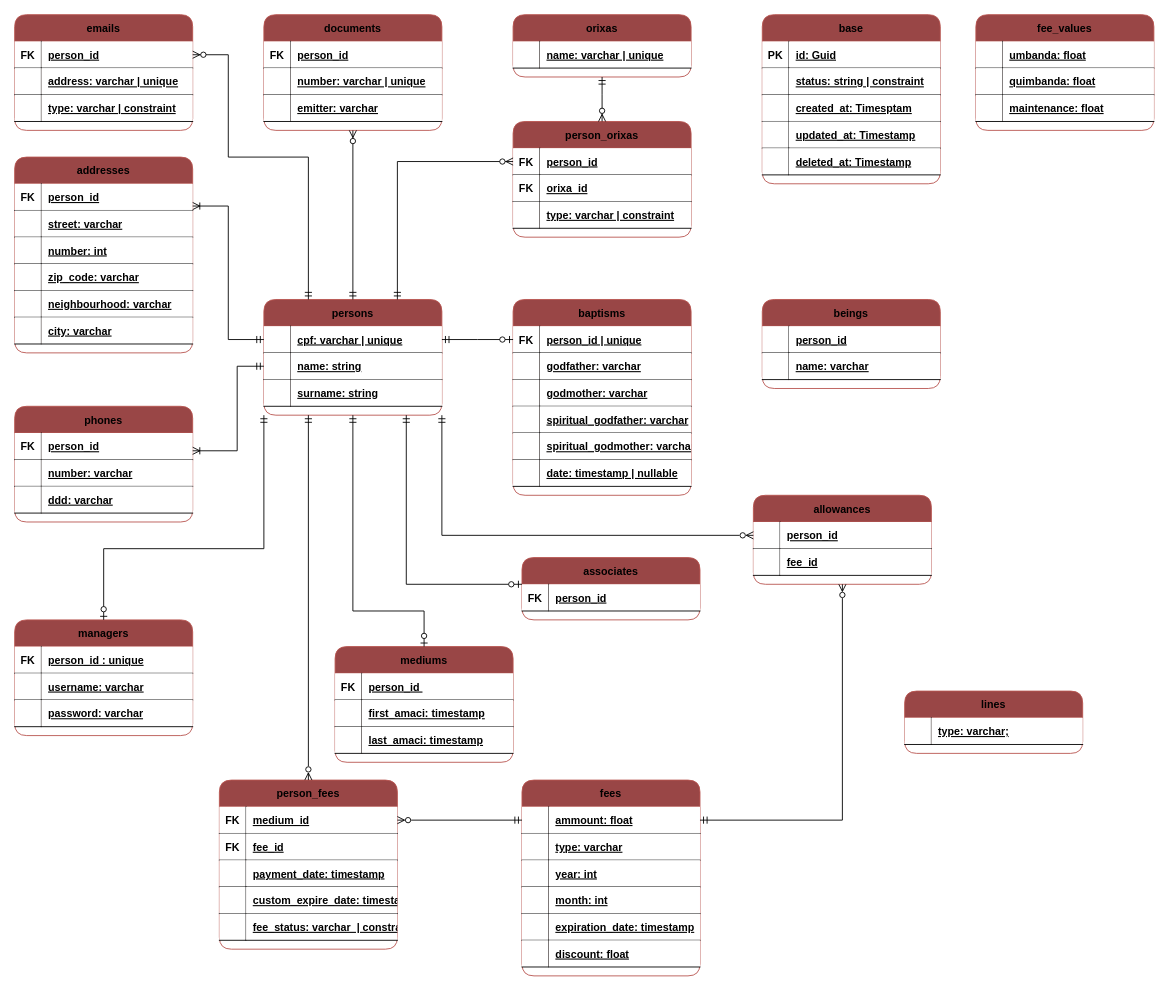
The draw.io diagram Database.drawio in hbenvenutti/Lira, before the edit. Source tidied: cells renumbered, new cells numbered last; positions are measured from the earlier drawing's top-left corner, leaving out a move shared by most shapes. Both pictures are drawn from the tidied source at 89%, with x=0, y=0 at pixel (14, 14).
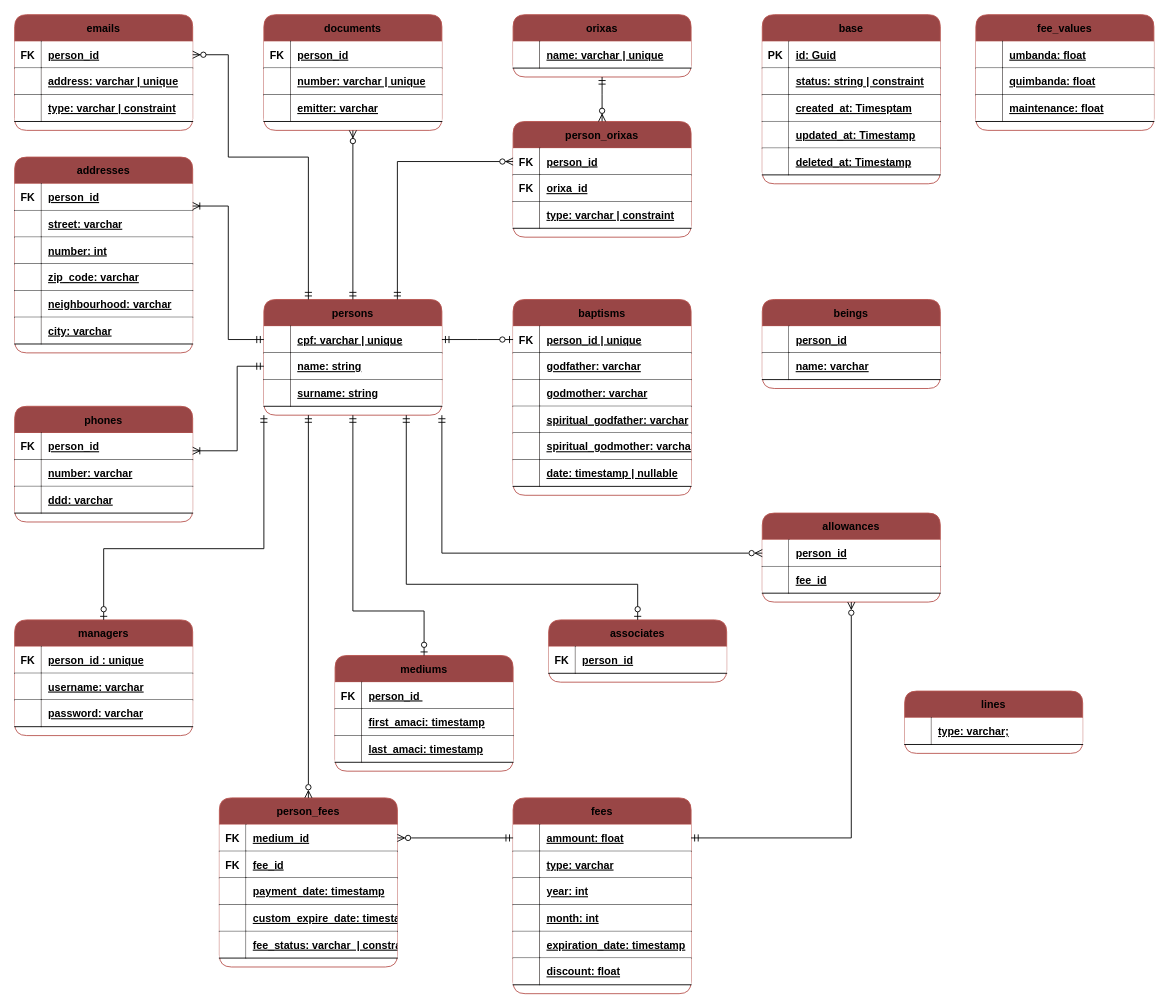
The same diagram, later.

The change refers to these unchanged cells:
```xml
<mxCell id="2" value="persons" style="shape=table;startSize=30;childLayout=tableLayout;rowLines=0;fontStyle=1;align=center;fillColor=#994646;strokeColor=#b85450;rounded=1;gradientColor=none;" parent="1" vertex="1">
  <mxGeometry x="280" y="320" width="200" height="130" as="geometry" />
</mxCell>
<mxCell id="145" style="shape=tableRow;horizontal=0;startSize=0;swimlaneHead=0;swimlaneBody=0;fillColor=none;points=[[0,0.5],[1,0.5]];portConstraint=eastwest;top=0;left=0;right=0;bottom=0;" parent="144" vertex="1">
  <mxGeometry y="30" width="200" height="30" as="geometry" />
</mxCell>
<mxCell id="180" style="shape=tableRow;horizontal=0;startSize=0;swimlaneHead=0;swimlaneBody=0;fillColor=none;points=[[0,0.5],[1,0.5]];portConstraint=eastwest;top=0;left=0;right=0;bottom=0;" parent="179" vertex="1">
  <mxGeometry y="30" width="200" height="30" as="geometry" />
</mxCell>
```

What changed in the source:
```diff
@@
     <mxCell id="48" value="mediums" style="shape=table;startSize=30;childLayout=tableLayout;rowLines=0;fontStyle=1;align=center;fillColor=#994646;strokeColor=#b85450;rounded=1;gradientColor=none;" parent="1" vertex="1">
-      <mxGeometry x="360" y="710" width="200" height="130" as="geometry" />
+      <mxGeometry x="360" y="720" width="200" height="130" as="geometry" />
     </mxCell>
@@
     <mxCell id="58" value="associates" style="shape=table;startSize=30;childLayout=tableLayout;rowLines=0;fontStyle=1;align=center;fillColor=#994646;strokeColor=#b85450;rounded=1;gradientColor=none;" parent="1" vertex="1">
-      <mxGeometry x="570" y="610" width="200" height="70" as="geometry" />
+      <mxGeometry x="600" y="680" width="200" height="70" as="geometry" />
     </mxCell>
@@
-    <mxCell id="124" style="edgeStyle=orthogonalEdgeStyle;fontSize=12;html=1;endArrow=ERzeroToOne;startArrow=ERmandOne;rounded=0;elbow=vertical;" parent="1" edge="1" target="58">
+    <mxCell id="124" style="edgeStyle=orthogonalEdgeStyle;fontSize=12;html=1;endArrow=ERzeroToOne;startArrow=ERmandOne;rounded=0;elbow=vertical;entryX=0.5;entryY=0;entryDx=0;entryDy=0;" parent="1" edge="1" target="58">
       <mxGeometry relative="1" as="geometry">
         <mxPoint x="440" y="450" as="sourcePoint" />
         <Array as="points">
           <mxPoint x="440" y="640" />
-          <mxPoint x="660" y="640" />
+          <mxPoint x="700" y="640" />
         </Array>
       </mxGeometry>
     </mxCell>
@@
     <mxCell id="144" value="fees" style="shape=table;startSize=30;childLayout=tableLayout;rowLines=0;fontStyle=1;align=center;fillColor=#994646;strokeColor=#b85450;rounded=1;gradientColor=none;" parent="1" vertex="1">
-      <mxGeometry x="570" y="860" width="200" height="220" as="geometry" />
+      <mxGeometry x="560" y="880" width="200" height="220" as="geometry" />
     </mxCell>
@@
     <mxCell id="163" value="person_fees" style="shape=table;startSize=30;childLayout=tableLayout;rowLines=0;fontStyle=1;align=center;fillColor=#994646;strokeColor=#b85450;rounded=1;gradientColor=none;" parent="1" vertex="1">
-      <mxGeometry x="230" y="860" width="200" height="190" as="geometry" />
+      <mxGeometry x="230" y="880" width="200" height="190" as="geometry" />
     </mxCell>
@@
     <mxCell id="179" value="allowances" style="shape=table;startSize=30;childLayout=tableLayout;rowLines=0;fontStyle=1;align=center;fillColor=#994646;strokeColor=#b85450;rounded=1;gradientColor=none;" parent="1" vertex="1">
-      <mxGeometry x="830" y="540" width="200" height="100" as="geometry" />
+      <mxGeometry x="840" y="560" width="200" height="100" as="geometry" />
     </mxCell>
@@
     <mxCell id="195" style="edgeStyle=orthogonalEdgeStyle;fontSize=12;html=1;endArrow=ERzeroToMany;startArrow=ERmandOne;rounded=0;elbow=vertical;exitX=1;exitY=0.5;exitDx=0;exitDy=0;entryX=0.5;entryY=1;entryDx=0;entryDy=0;endFill=0;" parent="1" edge="1" source="145" target="179">
       <mxGeometry relative="1" as="geometry">
         <Array as="points">
-          <mxPoint x="930" y="905" />
+          <mxPoint x="940" y="925" />
         </Array>
       </mxGeometry>
     </mxCell>
     <mxCell id="196" style="edgeStyle=orthogonalEdgeStyle;fontSize=12;html=1;endArrow=ERzeroToMany;startArrow=ERmandOne;rounded=0;elbow=vertical;exitX=1;exitY=1;exitDx=0;exitDy=0;entryX=0;entryY=0.5;entryDx=0;entryDy=0;endFill=0;" parent="1" edge="1" source="2" target="180">
       <mxGeometry relative="1" as="geometry">
         <Array as="points">
-          <mxPoint x="480" y="585" />
+          <mxPoint x="480" y="605" />
         </Array>
       </mxGeometry>
     </mxCell>
```
